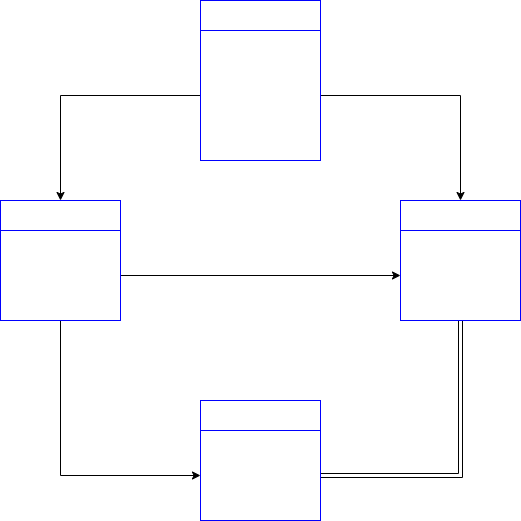
Above: db.png in apple4zcm/furima-35357 (draw.io), before the change. Source tidied: cells renumbered, new cells last; positions are measured from the earlier drawing's top-left corner, leaving out a move shared by most shapes.
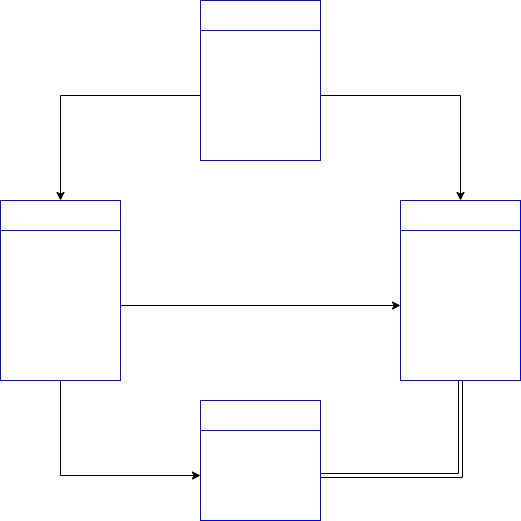
Above is the later version.

Change to the diagram source:
```diff
@@ -11,7 +11,7 @@
     <mxCell id="4" style="edgeStyle=orthogonalEdgeStyle;rounded=0;jettySize=auto;html=1;exitX=1;exitY=0.5;exitDx=0;exitDy=0;entryX=0.5;entryY=0;entryDx=0;entryDy=0;fontColor=#FFFFFF;" parent="1" edge="1" source="5" target="10">
       <mxGeometry relative="1" as="geometry" />
     </mxCell>
-    <mxCell id="5" value="&lt;font size=&quot;3&quot;&gt;&lt;br&gt;name&lt;br&gt;nickname&lt;br&gt;email&lt;br&gt;password&lt;br&gt;birthday&lt;br&gt;&lt;br&gt;&lt;/font&gt;" style="rounded=0;whiteSpace=wrap;html=1;fontColor=#FFFFFF;strokeColor=#0000FF;fillColor=none;verticalAlign=middle;" parent="1" vertex="1">
+    <mxCell id="5" value="&lt;font size=&quot;3&quot;&gt;&lt;br&gt;name_kanji&lt;br&gt;name_kana&lt;br&gt;nickname&lt;br&gt;email&lt;br&gt;password&lt;br&gt;birthday&lt;br&gt;&lt;br&gt;&lt;/font&gt;" style="rounded=0;whiteSpace=wrap;html=1;fontColor=#FFFFFF;strokeColor=#0000FF;fillColor=none;verticalAlign=middle;" parent="1" vertex="1">
       <mxGeometry x="200" y="30" width="120" height="130" as="geometry" />
     </mxCell>
     <mxCell id="6" value="&lt;font size=&quot;3&quot;&gt;items&lt;/font&gt;" style="rounded=0;whiteSpace=wrap;html=1;fontColor=#FFFFFF;strokeColor=#0000FF;fillColor=none;verticalAlign=middle;" parent="1" vertex="1">
@@ -23,8 +23,8 @@
     <mxCell id="8" style="edgeStyle=orthogonalEdgeStyle;rounded=0;jettySize=auto;html=1;exitX=0.5;exitY=1;exitDx=0;exitDy=0;entryX=0;entryY=0.5;entryDx=0;entryDy=0;fontColor=#FFFFFF;" parent="1" edge="1" source="9" target="14">
       <mxGeometry relative="1" as="geometry" />
     </mxCell>
-    <mxCell id="9" value="&lt;font size=&quot;3&quot;&gt;images&lt;br&gt;item_information&lt;br&gt;item_name&lt;br&gt;price&lt;br&gt;&lt;/font&gt;" style="rounded=0;whiteSpace=wrap;html=1;fontColor=#FFFFFF;strokeColor=#0000FF;fillColor=none;verticalAlign=middle;" parent="1" vertex="1">
-      <mxGeometry y="230" width="120" height="90" as="geometry" />
+    <mxCell id="9" value="&lt;font size=&quot;3&quot;&gt;item_user&lt;br&gt;category&lt;br&gt;item_information&lt;br&gt;item_name&lt;br&gt;item_location&lt;br&gt;price&lt;br&gt;commetns&lt;br&gt;&lt;/font&gt;" style="rounded=0;whiteSpace=wrap;html=1;fontColor=#FFFFFF;strokeColor=#0000FF;fillColor=none;verticalAlign=middle;" parent="1" vertex="1">
+      <mxGeometry y="230" width="120" height="150" as="geometry" />
     </mxCell>
     <mxCell id="10" value="&lt;font size=&quot;3&quot;&gt;purchases&lt;/font&gt;" style="rounded=0;whiteSpace=wrap;html=1;fontColor=#FFFFFF;strokeColor=#0000FF;fillColor=none;verticalAlign=middle;" parent="1" vertex="1">
       <mxGeometry x="400" y="200" width="120" height="30" as="geometry" />
@@ -32,8 +32,8 @@
     <mxCell id="11" style="edgeStyle=orthogonalEdgeStyle;shape=link;rounded=0;jettySize=auto;html=1;exitX=0.5;exitY=1;exitDx=0;exitDy=0;entryX=1;entryY=0.5;entryDx=0;entryDy=0;fontColor=#FFFFFF;" parent="1" edge="1" source="12" target="14">
       <mxGeometry relative="1" as="geometry" />
     </mxCell>
-    <mxCell id="12" value="&lt;font size=&quot;3&quot;&gt;image&lt;br&gt;credit_card&lt;br&gt;&lt;/font&gt;" style="rounded=0;whiteSpace=wrap;html=1;fontColor=#FFFFFF;strokeColor=#0000FF;fillColor=none;verticalAlign=middle;" parent="1" vertex="1">
-      <mxGeometry x="400" y="230" width="120" height="90" as="geometry" />
+    <mxCell id="12" value="&lt;font size=&quot;3&quot;&gt;user_address&lt;br&gt;user_telephone&lt;br&gt;&lt;/font&gt;" style="rounded=0;whiteSpace=wrap;html=1;fontColor=#FFFFFF;strokeColor=#0000FF;fillColor=none;verticalAlign=middle;" parent="1" vertex="1">
+      <mxGeometry x="400" y="230" width="120" height="150" as="geometry" />
     </mxCell>
     <mxCell id="13" value="&lt;font size=&quot;3&quot;&gt;address&lt;/font&gt;" style="rounded=0;whiteSpace=wrap;html=1;fontColor=#FFFFFF;strokeColor=#0000FF;fillColor=none;verticalAlign=middle;" parent="1" vertex="1">
       <mxGeometry x="200" y="400" width="120" height="30" as="geometry" />
```
